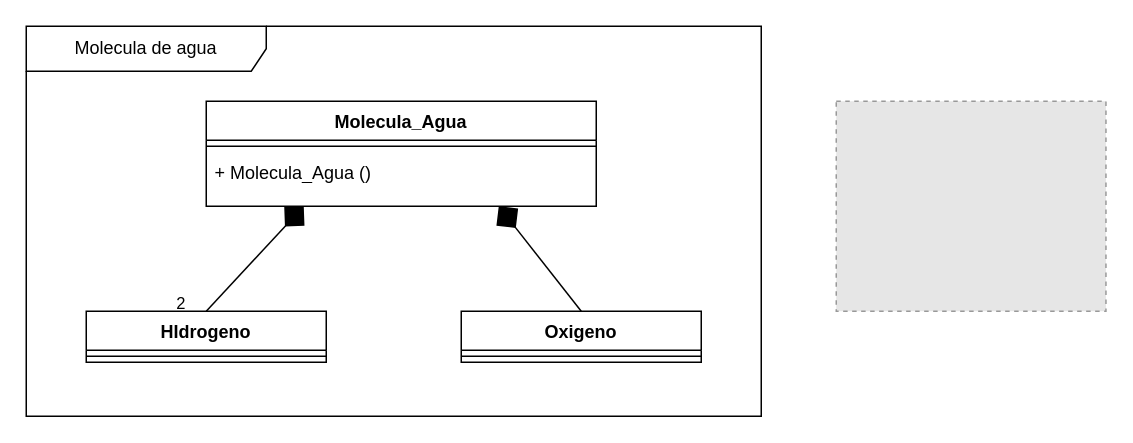
Panatlactic/Ejercicios-de-diagramas-de-clases-ara-a-y-mol-cula- keeps this draw.io diagram as design/molecula.drawio. Above is the earlier version. Source tidied: cells renumbered, new cells numbered last; positions are measured from the earlier drawing's top-left corner, leaving out a move shared by most shapes. Both pictures are drawn from the tidied source at 150%, with x=0, y=0 at pixel (26, 26). Pictures stored in the file or linked from it are replaced by grey dashed boxes.
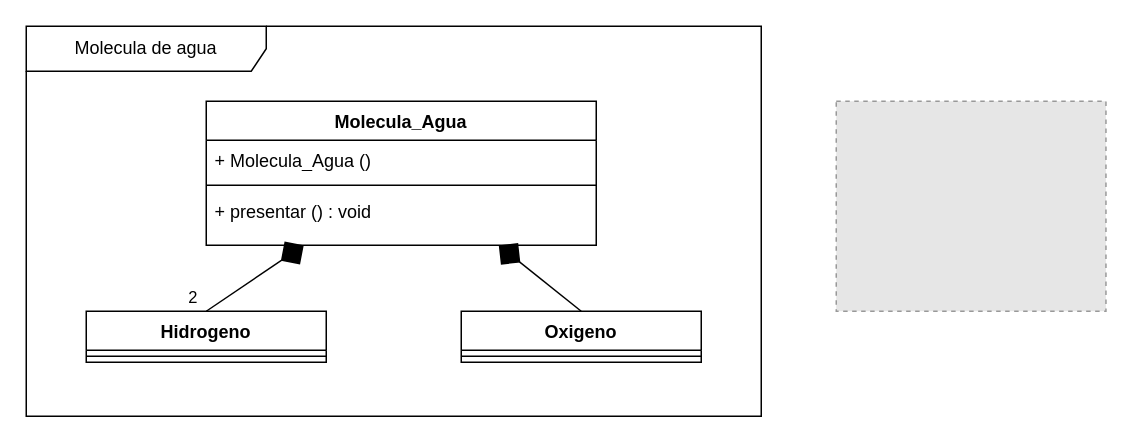
After the change.

Diff of the diagram source:
```diff
@@
 <mxGraphModel>
   <root>
     <mxCell id="0" />
     <mxCell id="1" parent="0" />
     <mxCell id="2" value="Molecula_Agua" style="swimlane;fontStyle=1;align=center;verticalAlign=top;horizontal=1;startSize=26;whiteSpace=wrap;html=1;" parent="1" vertex="1">
-      <mxGeometry x="120" y="50" width="260" height="70" as="geometry" />
+      <mxGeometry x="120" y="50" width="260" height="96" as="geometry" />
     </mxCell>
-    <mxCell id="3" style="line;strokeWidth=1;fillColor=none;align=left;verticalAlign=middle;spacingTop=-1;spacingLeft=3;spacingRight=3;labelPosition=right;strokeColor=inherit;" parent="2" vertex="1">
-      <mxGeometry y="26" width="260" height="8" as="geometry" />
-    </mxCell>
     <mxCell id="4" value="+ Molecula_Agua ()" style="text;strokeColor=none;fillColor=none;align=left;verticalAlign=top;spacingLeft=4;spacingRight=4;overflow=hidden;whiteSpace=wrap;html=1;" parent="2" vertex="1">
-      <mxGeometry y="34" width="260" height="36" as="geometry" />
+      <mxGeometry y="26" width="260" height="34" as="geometry" />
     </mxCell>
+    <mxCell id="14" value="+ presentar () : void" style="text;strokeColor=none;fillColor=none;align=left;verticalAlign=top;spacingLeft=4;spacingRight=4;overflow=hidden;whiteSpace=wrap;html=1;" parent="2" vertex="1">
+      <mxGeometry y="60" width="260" height="36" as="geometry" />
+    </mxCell>
     <mxCell id="5" style="edgeStyle=none;html=1;exitX=0.5;exitY=0;exitDx=0;exitDy=0;entryX=0.25;entryY=1;entryDx=0;entryDy=0;endArrow=diamond;endFill=1;endSize=16;" parent="1" edge="1" source="7" target="2">
       <mxGeometry relative="1" as="geometry" />
     </mxCell>
     <mxCell id="6" value="2" style="edgeLabel;html=1;align=center;verticalAlign=middle;" parent="5" vertex="1">
       <mxGeometry x="-0.39" y="3" relative="1" as="geometry">
-        <mxPoint x="-35" y="18" as="offset" />
+        <mxPoint x="-28" y="6" as="offset" />
       </mxGeometry>
     </mxCell>
-    <mxCell id="7" value="HIdrogeno" style="swimlane;fontStyle=1;align=center;verticalAlign=top;horizontal=1;startSize=26;whiteSpace=wrap;html=1;" parent="1" vertex="1">
+    <mxCell id="7" value="Hidrogeno" style="swimlane;fontStyle=1;align=center;verticalAlign=top;horizontal=1;startSize=26;whiteSpace=wrap;html=1;" parent="1" vertex="1">
       <mxGeometry x="40" y="190" width="160" height="34" as="geometry" />
     </mxCell>
     <mxCell id="8" style="line;strokeWidth=1;fillColor=none;align=left;verticalAlign=middle;spacingTop=-1;spacingLeft=3;spacingRight=3;labelPosition=right;strokeColor=inherit;" parent="7" vertex="1">
       <mxGeometry y="26" width="160" height="8" as="geometry" />
     </mxCell>
     <mxCell id="9" style="edgeStyle=none;html=1;exitX=0.5;exitY=0;exitDx=0;exitDy=0;entryX=0.75;entryY=1;entryDx=0;entryDy=0;endSize=16;endArrow=diamond;endFill=1;" parent="1" edge="1" source="10" target="2">
       <mxGeometry relative="1" as="geometry" />
     </mxCell>
     <mxCell id="10" value="Oxigeno" style="swimlane;fontStyle=1;align=center;verticalAlign=top;horizontal=1;startSize=26;whiteSpace=wrap;html=1;" parent="1" vertex="1">
       <mxGeometry x="290" y="190" width="160" height="34" as="geometry" />
     </mxCell>
     <mxCell id="11" style="line;strokeWidth=1;fillColor=none;align=left;verticalAlign=middle;spacingTop=-1;spacingLeft=3;spacingRight=3;labelPosition=right;strokeColor=inherit;" parent="10" vertex="1">
       <mxGeometry y="26" width="160" height="8" as="geometry" />
     </mxCell>
     <mxCell id="12" style="fillColor=#E6E6E6;strokeColor=#999999;dashed=1;verticalLabelPosition=bottom;labelBackgroundColor=default;verticalAlign=top;" parent="1" vertex="1">
       <mxGeometry x="540" y="50" width="179.8" height="140" as="geometry" />
     </mxCell>
     <mxCell id="13" value="Molecula de agua" style="shape=umlFrame;whiteSpace=wrap;html=1;width=160;" parent="1" vertex="1">
       <mxGeometry width="490" height="260" as="geometry" />
     </mxCell>
+    <mxCell id="3" style="line;strokeWidth=1;fillColor=none;align=left;verticalAlign=middle;spacingTop=-1;spacingLeft=3;spacingRight=3;labelPosition=right;strokeColor=inherit;" parent="13" vertex="1">
+      <mxGeometry x="120" y="102" width="260" height="8" as="geometry" />
+    </mxCell>
   </root>
 </mxGraphModel>
```
